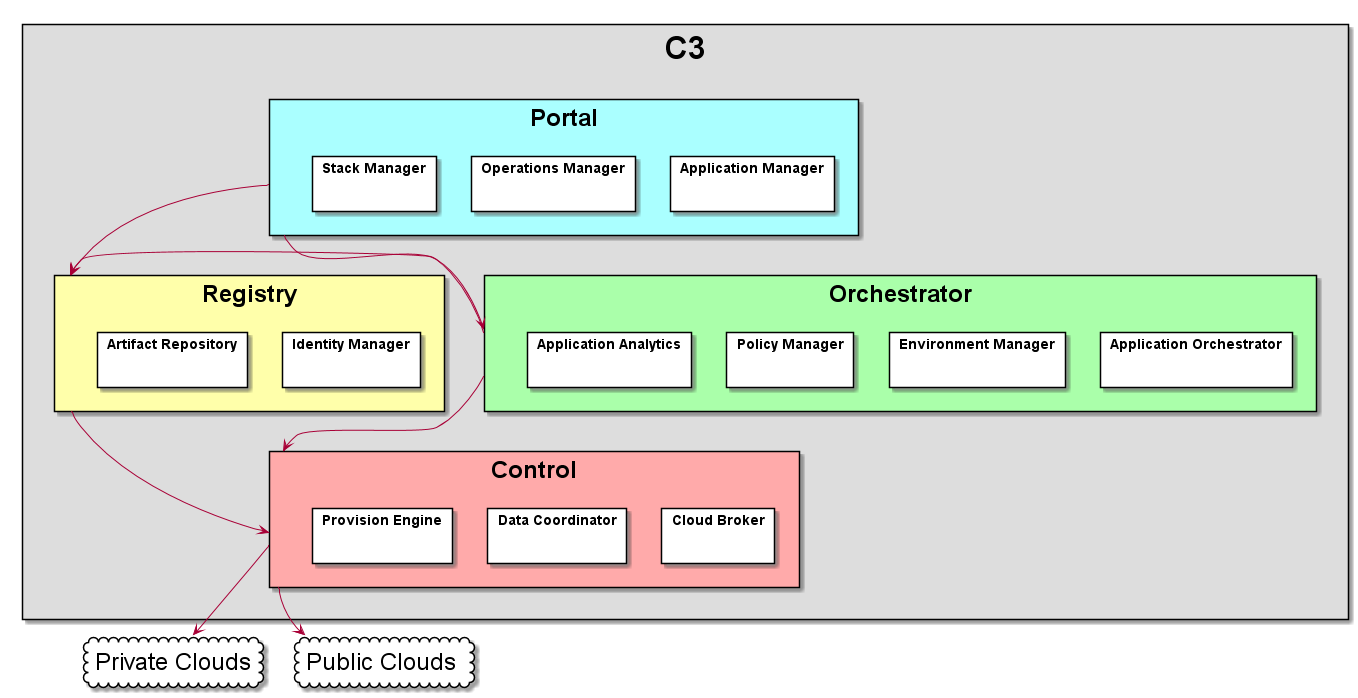
Above: docs/Architecture.png in CAADE/C3 (PlantUML), before the change.
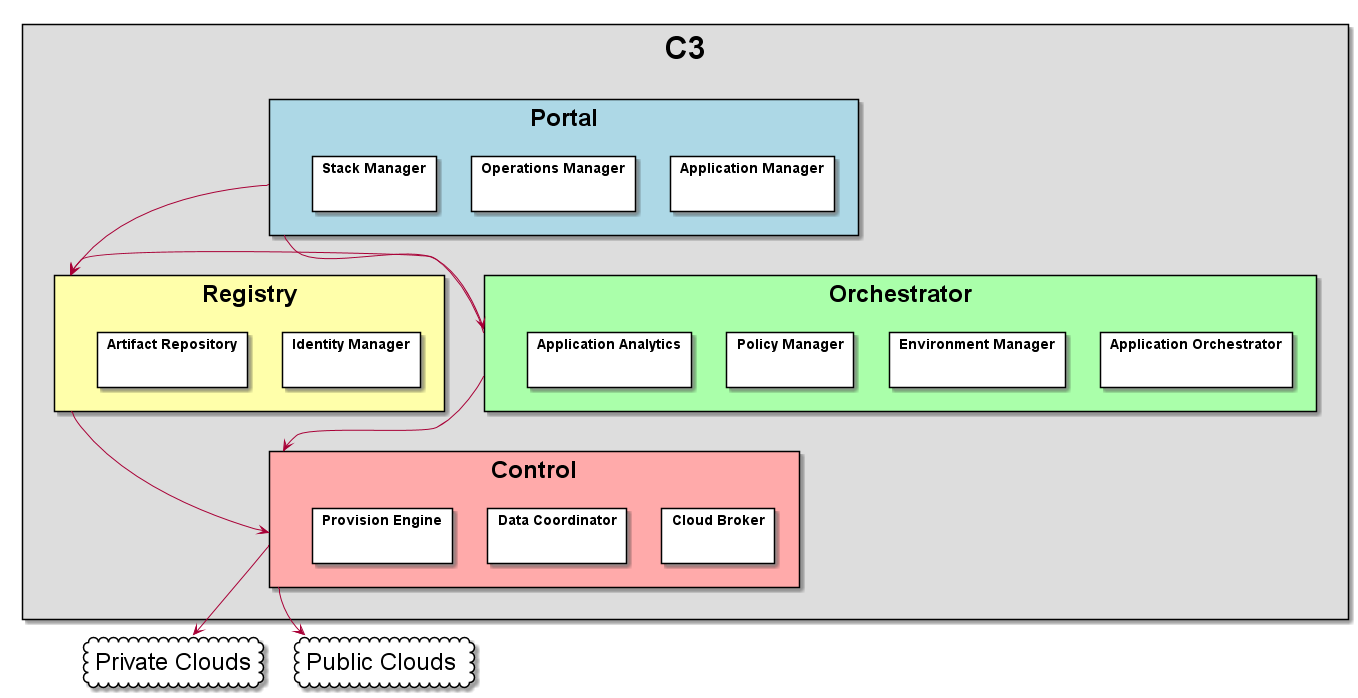
The same diagram one commit later.

The edit, as a diff of the source:
```diff
@@ -3,7 +3,7 @@
 skinparam packageStyle rect
 
 package <size:32>C3</size> #dddddd {
-    package "<size:24>Portal</size>" as P #aaffff {
+    package "<size:24>Portal</size>" as P #lightblue {
         package "Application Manager" { }
         package "Operations Manager" { }
         package "Stack Manager" { }
```
